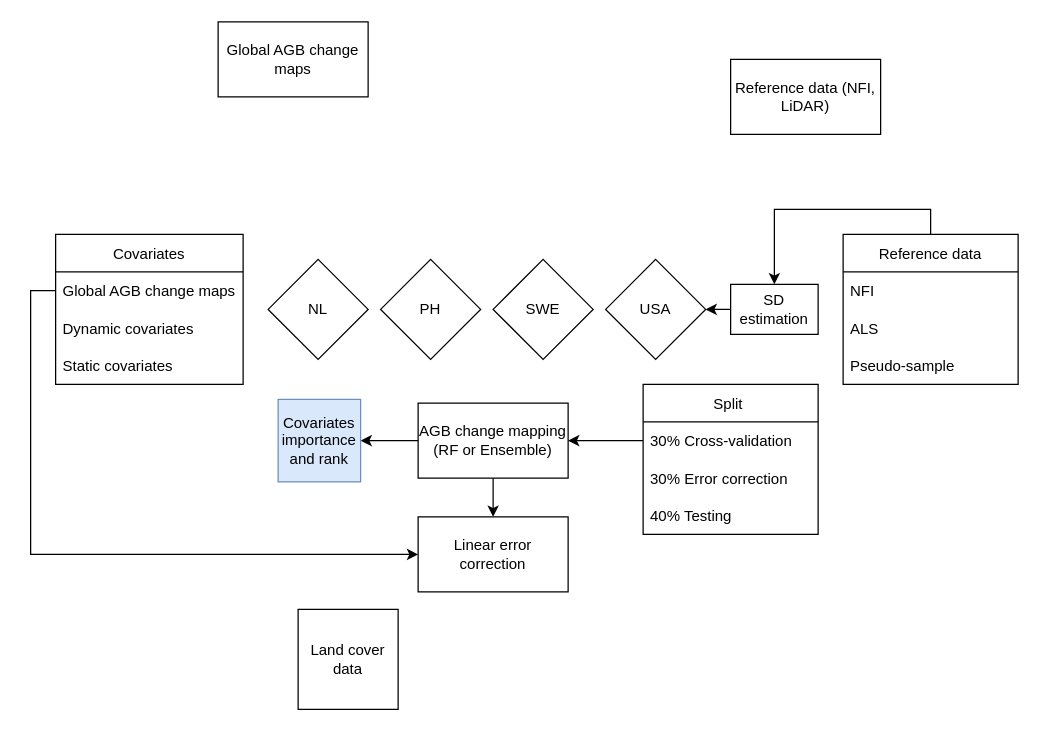
The draw.io diagram Paper3.drawio in arnanaraza/diagrams, before the edit. Source tidied: cells renumbered, new cells numbered last; positions are measured from the earlier drawing's top-left corner, leaving out a move shared by most shapes. Both pictures are drawn from the tidied source at 125%, with x=0, y=0 at pixel (55, 21).
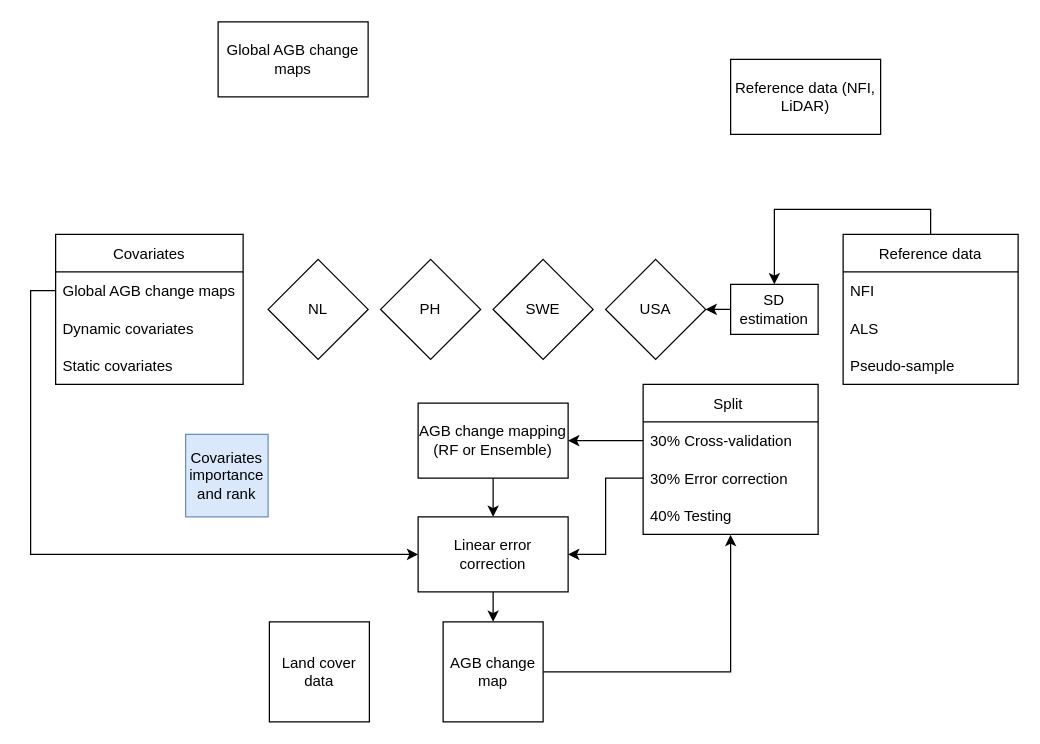
Above is the later version.

Unchanged cells that the change refers to:
```xml
<mxCell id="5" value="AGB change mapping (RF or Ensemble)" style="rounded=0;whiteSpace=wrap;html=1;" parent="1" vertex="1">
  <mxGeometry x="290" y="305" width="120" height="60" as="geometry" />
</mxCell>
<mxCell id="24" value="Linear error correction" style="rounded=0;whiteSpace=wrap;html=1;" parent="1" vertex="1">
  <mxGeometry x="290" y="396" width="120" height="60" as="geometry" />
</mxCell>
<mxCell id="28" value="30% Error correction" style="text;strokeColor=none;fillColor=none;align=left;verticalAlign=middle;spacingLeft=4;spacingRight=4;overflow=hidden;points=[[0,0.5],[1,0.5]];portConstraint=eastwest;" parent="26" vertex="1">
  <mxGeometry y="60" width="140" height="30" as="geometry" />
</mxCell>
<mxCell id="29" value="40% Testing " style="text;strokeColor=none;fillColor=none;align=left;verticalAlign=middle;spacingLeft=4;spacingRight=4;overflow=hidden;points=[[0,0.5],[1,0.5]];portConstraint=eastwest;" parent="26" vertex="1">
  <mxGeometry y="90" width="140" height="30" as="geometry" />
</mxCell>
```

Diff of the diagram source:
```diff
@@
-    <mxCell id="4" style="edgeStyle=orthogonalEdgeStyle;rounded=0;jettySize=auto;html=1;exitX=0;exitY=0.5;exitDx=0;exitDy=0;entryX=1;entryY=0.5;entryDx=0;entryDy=0;fontSize=10;" parent="1" edge="1" source="5" target="23">
-      <mxGeometry relative="1" as="geometry" />
-    </mxCell>
@@
     <mxCell id="22" value="&lt;span style=&quot;font-size: 12px;&quot;&gt;Land cover data&lt;/span&gt;" style="whiteSpace=wrap;html=1;fontSize=10;" parent="1" vertex="1">
-      <mxGeometry x="194" y="470" width="80" height="80" as="geometry" />
+      <mxGeometry x="171" y="480" width="80" height="80" as="geometry" />
     </mxCell>
     <mxCell id="23" value="&lt;span style=&quot;font-size: 12px;&quot;&gt;Covariates importance and rank&lt;/span&gt;" style="whiteSpace=wrap;html=1;fontSize=10;fillColor=#dae8fc;strokeColor=#6c8ebf;" parent="1" vertex="1">
-      <mxGeometry x="178" y="302" width="66" height="66" as="geometry" />
+      <mxGeometry x="104" y="330" width="66" height="66" as="geometry" />
     </mxCell>
+    <mxCell id="31" style="edgeStyle=orthogonalEdgeStyle;rounded=0;jettySize=auto;html=1;exitX=0.5;exitY=1;exitDx=0;exitDy=0;entryX=0.5;entryY=0;entryDx=0;entryDy=0;fontSize=10;" parent="1" edge="1" source="24" target="34">
+      <mxGeometry relative="1" as="geometry" />
+    </mxCell>
@@
+    <mxCell id="32" style="edgeStyle=orthogonalEdgeStyle;rounded=0;jettySize=auto;html=1;exitX=0;exitY=0.5;exitDx=0;exitDy=0;entryX=1;entryY=0.5;entryDx=0;entryDy=0;fontSize=10;" parent="1" edge="1" source="28" target="24">
+      <mxGeometry relative="1" as="geometry" />
+    </mxCell>
+    <mxCell id="33" style="edgeStyle=orthogonalEdgeStyle;rounded=0;jettySize=auto;html=1;exitX=1;exitY=0.5;exitDx=0;exitDy=0;entryX=0.5;entryY=1.013;entryDx=0;entryDy=0;entryPerimeter=0;fontSize=10;" parent="1" edge="1" source="34" target="29">
+      <mxGeometry relative="1" as="geometry" />
+    </mxCell>
+    <mxCell id="34" value="&lt;span style=&quot;font-size: 12px;&quot;&gt;AGB change map&lt;/span&gt;" style="whiteSpace=wrap;html=1;fontSize=10;" parent="1" vertex="1">
+      <mxGeometry x="310" y="480" width="80" height="80" as="geometry" />
+    </mxCell>
```
